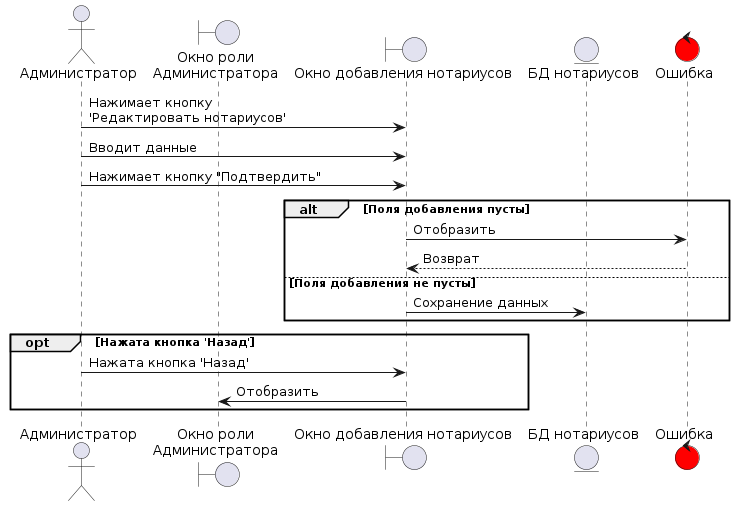
The PlantUML diagram Diagrams/images/sequence/Admin_Add.png in Student7751/CourseWork, before a commit.
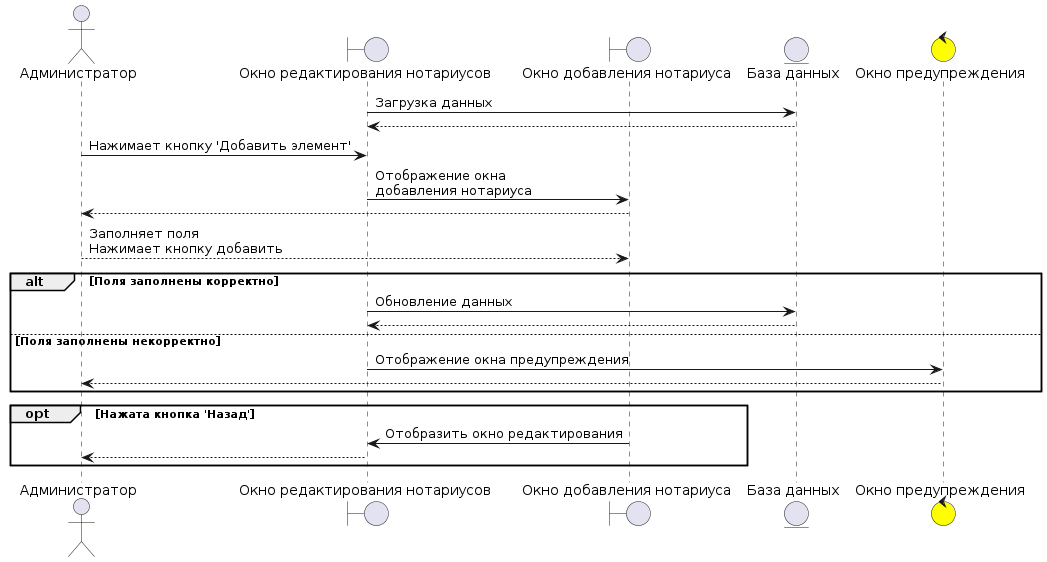
After the commit.

Diff of the diagram source:
```diff
@@ -1,27 +1,31 @@
 @startuml
 actor admin as "Администратор"
 
-boundary "Окно роли\nАдминистратора" as main_window
-boundary "Окно добавления нотариусов" as add_notarius_window
+boundary "Окно редактирования нотариусов" as update_offer_window
+boundary "Окно добавления нотариуса" as add_window
 
-entity "БД нотариусов" as notarius_db
+entity "База данных" as offers_db
 
-control error as "Ошибка" #red
+control error as "Окно предупреждения" #yellow
 
-admin -> add_notarius_window : Нажимает кнопку\n'Редактировать нотариусов'
-admin -> add_notarius_window : Вводит данные
+update_offer_window -> offers_db : Загрузка данных
+offers_db --> update_offer_window
 
-admin -> add_notarius_window: Нажимает кнопку "Подтвердить"
+admin -> update_offer_window: Нажимает кнопку 'Добавить элемент'
+update_offer_window -> add_window: Отображение окна\nдобавления нотариуса
+add_window --> admin
+admin --> add_window: Заполняет поля\nНажимает кнопку добавить
 
-alt Поля добавления пусты
-    add_notarius_window -> error : Отобразить
-    error --> add_notarius_window : Возврат
-else Поля добавления не пусты
-    add_notarius_window -> notarius_db : Сохранение данных
+alt Поля заполнены корректно
+    update_offer_window -> offers_db : Обновление данных
+    offers_db --> update_offer_window
+else Поля заполнены некорректно
+    update_offer_window -> error : Отображение окна предупреждения
+    error --> admin
 end
 
 opt Нажата кнопка 'Назад'
-    admin -> add_notarius_window : Нажата кнопка 'Назад'
-    add_notarius_window -> main_window : Отобразить
+    add_window -> update_offer_window: Отобразить окно редактирования
+    update_offer_window --> admin
 end
 @enduml
```
